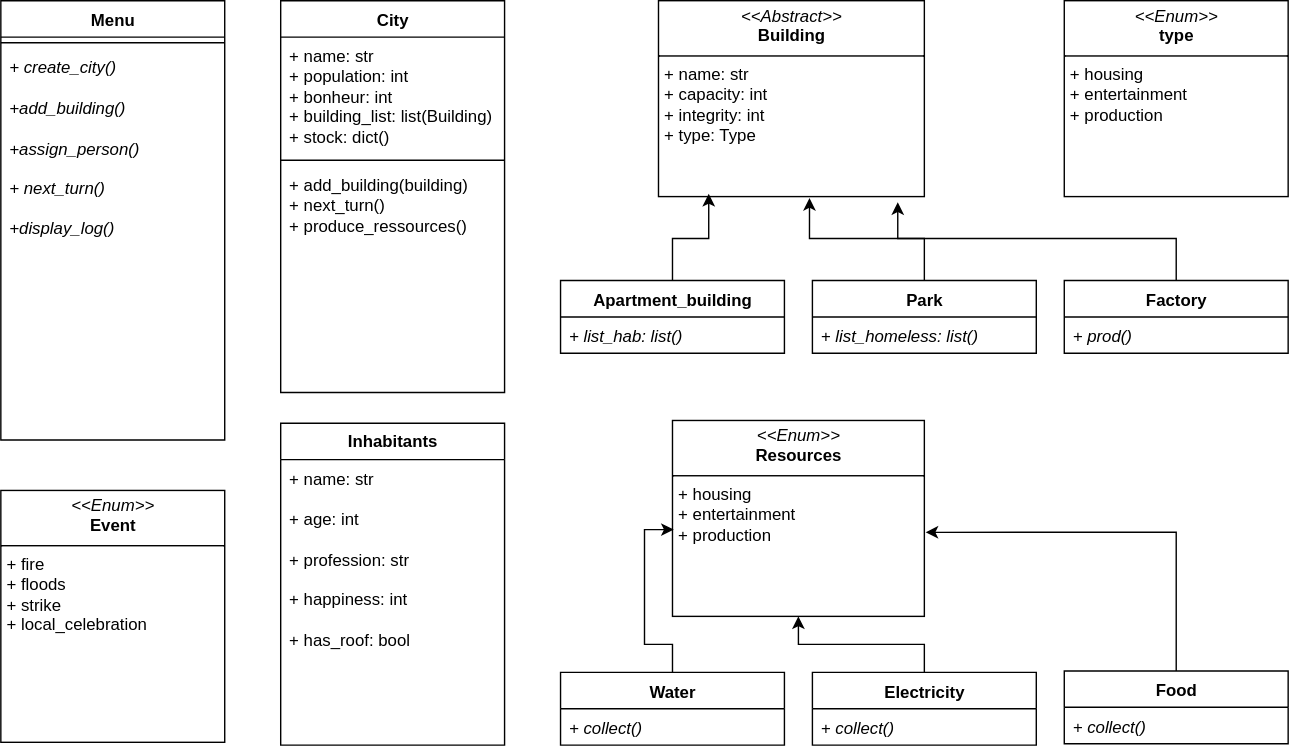
Before: UML/CitySim.drawio.svg, a diagram exported from draw.io (em-riv/CitySim). Source tidied: cells renumbered, new cells last; positions are measured from the earlier drawing's top-left corner, leaving out a move shared by most shapes.
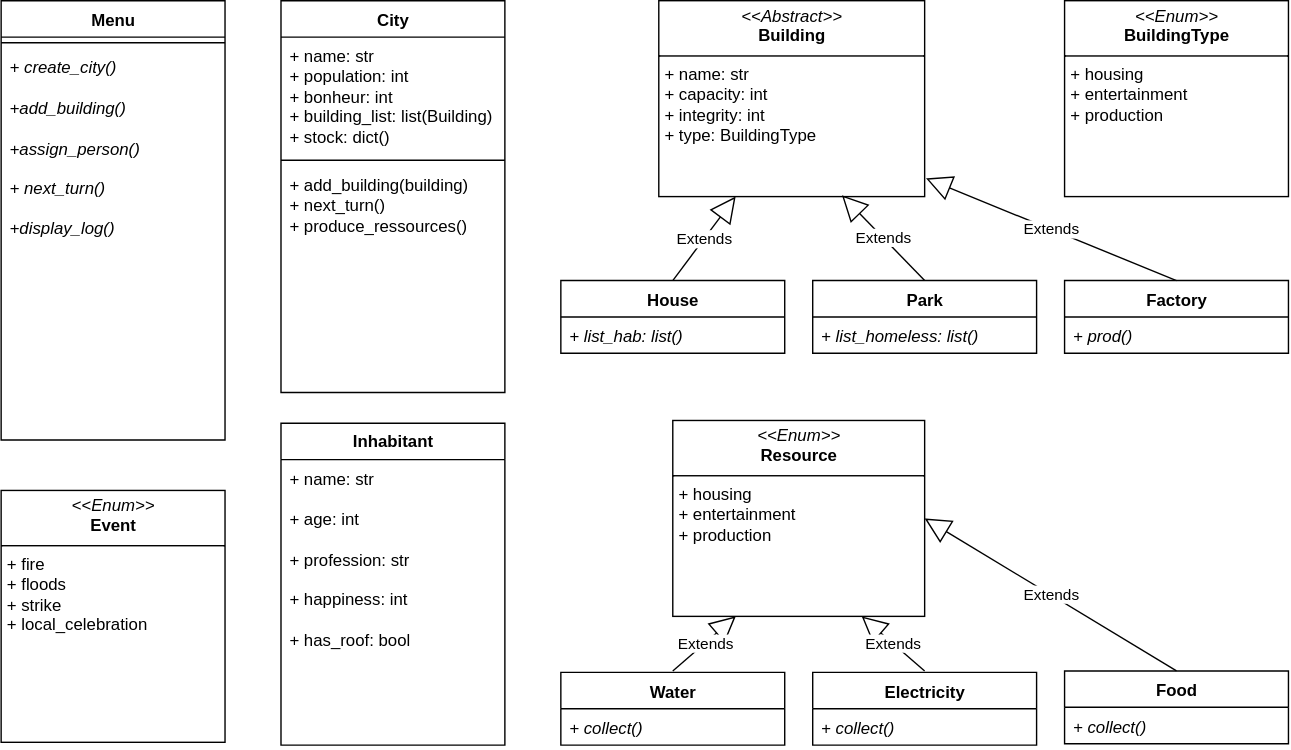
The same diagram one commit later.

Commit message:
Adding CitySim UML update

What changed in the source:
```diff
@@ -14,13 +14,13 @@
     <mxCell id="5" value="+ add_building(building)&lt;div&gt;+ next_turn()&lt;/div&gt;&lt;div&gt;+ produce_ressources()&lt;/div&gt;" style="text;strokeColor=none;fillColor=none;align=left;verticalAlign=top;spacingLeft=4;spacingRight=4;overflow=hidden;whiteSpace=wrap;html=1;" parent="2" vertex="1">
       <mxGeometry y="118" width="160" height="162" as="geometry" />
     </mxCell>
-    <mxCell id="6" value="&lt;p style=&quot;margin:0px;margin-top:4px;text-align:center;&quot;&gt;&lt;i&gt;&amp;lt;&amp;lt;Enum&amp;gt;&amp;gt;&lt;/i&gt;&lt;br&gt;&lt;b&gt;type&lt;/b&gt;&lt;/p&gt;&lt;hr size=&quot;1&quot; style=&quot;border-style:solid;&quot;&gt;&lt;p style=&quot;margin:0px;margin-left:4px;&quot;&gt;+ housing&lt;br&gt;+ entertainment&lt;/p&gt;&lt;p style=&quot;margin:0px;margin-left:4px;&quot;&gt;+ production&lt;/p&gt;" style="verticalAlign=top;align=left;overflow=fill;html=1;whiteSpace=wrap;" parent="1" vertex="1">
+    <mxCell id="6" value="&lt;p style=&quot;margin:0px;margin-top:4px;text-align:center;&quot;&gt;&lt;i&gt;&amp;lt;&amp;lt;Enum&amp;gt;&amp;gt;&lt;/i&gt;&lt;br&gt;&lt;b&gt;BuildingType&lt;/b&gt;&lt;/p&gt;&lt;hr size=&quot;1&quot; style=&quot;border-style:solid;&quot;&gt;&lt;p style=&quot;margin:0px;margin-left:4px;&quot;&gt;+ housing&lt;br&gt;+ entertainment&lt;/p&gt;&lt;p style=&quot;margin:0px;margin-left:4px;&quot;&gt;+ production&lt;/p&gt;" style="verticalAlign=top;align=left;overflow=fill;html=1;whiteSpace=wrap;" parent="1" vertex="1">
       <mxGeometry x="760" width="160" height="140" as="geometry" />
     </mxCell>
-    <mxCell id="7" value="&lt;p style=&quot;margin:0px;margin-top:4px;text-align:center;&quot;&gt;&lt;i&gt;&amp;lt;&amp;lt;Abstract&amp;gt;&amp;gt;&lt;/i&gt;&lt;br&gt;&lt;b&gt;Building&lt;/b&gt;&lt;/p&gt;&lt;hr size=&quot;1&quot; style=&quot;border-style:solid;&quot;&gt;&lt;p style=&quot;margin:0px;margin-left:4px;&quot;&gt;+ name: str&lt;br&gt;+ capacity: int&lt;/p&gt;&lt;p style=&quot;margin:0px;margin-left:4px;&quot;&gt;+ integrity: int&lt;/p&gt;&lt;p style=&quot;margin:0px;margin-left:4px;&quot;&gt;+ type: Type&lt;/p&gt;&lt;p style=&quot;margin:0px;margin-left:4px;&quot;&gt;&lt;br&gt;&lt;/p&gt;" style="verticalAlign=top;align=left;overflow=fill;html=1;whiteSpace=wrap;" parent="1" vertex="1">
+    <mxCell id="7" value="&lt;p style=&quot;margin:0px;margin-top:4px;text-align:center;&quot;&gt;&lt;i&gt;&amp;lt;&amp;lt;Abstract&amp;gt;&amp;gt;&lt;/i&gt;&lt;br&gt;&lt;b&gt;Building&lt;/b&gt;&lt;/p&gt;&lt;hr size=&quot;1&quot; style=&quot;border-style:solid;&quot;&gt;&lt;p style=&quot;margin:0px;margin-left:4px;&quot;&gt;+ name: str&lt;br&gt;+ capacity: int&lt;/p&gt;&lt;p style=&quot;margin:0px;margin-left:4px;&quot;&gt;+ integrity: int&lt;/p&gt;&lt;p style=&quot;margin:0px;margin-left:4px;&quot;&gt;+ type: BuildingType&lt;/p&gt;&lt;p style=&quot;margin:0px;margin-left:4px;&quot;&gt;&lt;br&gt;&lt;/p&gt;" style="verticalAlign=top;align=left;overflow=fill;html=1;whiteSpace=wrap;" parent="1" vertex="1">
       <mxGeometry x="470" width="190" height="140" as="geometry" />
     </mxCell>
-    <mxCell id="8" value="Apartment_building" style="swimlane;fontStyle=1;align=center;verticalAlign=top;horizontal=1;startSize=26;whiteSpace=wrap;html=1;" parent="1" vertex="1">
+    <mxCell id="8" value="House" style="swimlane;fontStyle=1;align=center;verticalAlign=top;horizontal=1;startSize=26;whiteSpace=wrap;html=1;" parent="1" vertex="1">
       <mxGeometry x="400" y="200" width="160" height="52" as="geometry" />
     </mxCell>
     <mxCell id="9" value="+ list_hab: list()" style="text;strokeColor=none;fillColor=none;align=left;verticalAlign=top;spacingLeft=4;spacingRight=4;overflow=hidden;whiteSpace=wrap;html=1;fontStyle=2;" parent="8" vertex="1">
@@ -38,13 +38,18 @@
     <mxCell id="13" value="+ prod()" style="text;strokeColor=none;fillColor=none;align=left;verticalAlign=top;spacingLeft=4;spacingRight=4;overflow=hidden;whiteSpace=wrap;html=1;fontStyle=2;" parent="12" vertex="1">
       <mxGeometry y="26" width="160" height="26" as="geometry" />
     </mxCell>
-    <mxCell id="14" value="&lt;b&gt;Inhabitants&lt;/b&gt;" style="swimlane;fontStyle=0;horizontal=1;startSize=26;fillColor=none;whiteSpace=wrap;html=1;" parent="1" vertex="1">
+    <mxCell id="14" value="&lt;b&gt;Inhabitant&lt;/b&gt;" style="swimlane;fontStyle=0;horizontal=1;startSize=26;fillColor=none;whiteSpace=wrap;html=1;" parent="1" vertex="1">
       <mxGeometry x="200" y="302" width="160" height="230" as="geometry" />
     </mxCell>
+    <mxCell id="33" value="Extends" style="endArrow=block;endSize=16;endFill=0;html=1;rounded=0;exitX=0.5;exitY=0;exitDx=0;exitDy=0;entryX=0.25;entryY=1;entryDx=0;entryDy=0;" parent="14" edge="1" target="16">
+      <mxGeometry relative="1" as="geometry">
+        <mxPoint x="280" y="177" as="sourcePoint" />
+      </mxGeometry>
+    </mxCell>
     <mxCell id="15" value="&lt;div&gt;+ name: st&lt;span style=&quot;background-color: transparent; color: light-dark(rgb(0, 0, 0), rgb(255, 255, 255));&quot;&gt;r&lt;/span&gt;&lt;/div&gt;&lt;div&gt;&lt;span style=&quot;background-color: transparent; color: light-dark(rgb(0, 0, 0), rgb(255, 255, 255));&quot;&gt;&lt;br&gt;&lt;/span&gt;&lt;/div&gt;&lt;div&gt;&lt;span style=&quot;background-color: transparent; color: light-dark(rgb(0, 0, 0), rgb(255, 255, 255));&quot;&gt;+ age: int&lt;/span&gt;&lt;/div&gt;&lt;div&gt;&lt;span style=&quot;color: rgba(0, 0, 0, 0); font-family: monospace; font-size: 0px; text-wrap-mode: nowrap;&quot;&gt;%3CmxGraphModel%3E%3Croot%3E%3CmxCell%20id%3D%220%22%2F%3E%3CmxCell%20id%3D%221%22%20parent%3D%220%22%2F%3E%3CmxCell%20id%3D%222%22%20value%3D%22%2B%20age%3A%20int%22%20style%3D%22text%3BstrokeColor%3Dnone%3BfillColor%3Dnone%3Balign%3Dleft%3BverticalAlign%3Dtop%3BspacingLeft%3D4%3BspacingRight%3D4%3Boverflow%3Dhidden%3Brotatable%3D0%3Bpoints%3D%5B%5B0%2C0.5%5D%2C%5B1%2C0.5%5D%5D%3BportConstraint%3Deastwest%3BwhiteSpace%3Dwrap%3Bhtml%3D1%3B%22%20vertex%3D%221%22%20parent%3D%221%22%3E%3CmxGeometry%20x%3D%22-80%22%20y%3D%22518%22%20width%3D%22160%22%20height%3D%2226%22%20as%3D%22geometry%22%2F%3E%3C%2FmxCell%3E%3C%2Froot%3E%3C%2FmxGraphModel%3E&lt;/span&gt;&lt;span style=&quot;color: rgba(0, 0, 0, 0); font-family: monospace; font-size: 0px; text-wrap-mode: nowrap; background-color: transparent;&quot;&gt;%3CmxGraphModel%3E%3Croot%3E%3CmxCell%20id%3D%220%22%2F%3E%3CmxCell%20id%3D%221%22%20parent%3D%220%22%2F%3E%3CmxCell%20id%3D%222%22%20value%3D%22%2B%20age%3A%20int%22%20style%3D%22text%3BstrokeColor%3Dnone%3BfillColor%3Dnone%3Balign%3Dleft%3BverticalAlign%3Dtop%3BspacingLeft%3D4%3BspacingRight%3D4%3Boverflow%3Dhidden%3Brotatable%3D0%3Bpoints%3D%5B%5B0%2C0.5%5D%2C%5B1%2C0.5%5D%5D%3BportConstraint%3Deastwest%3BwhiteSpace%3Dwrap%3Bhtml%3D1%3B%22%20vertex%3D%221%22%20parent%3D%221%22%3E%3CmxGeometry%20x%3D%22-80%22%20y%3D%22518%22%20width%3D%22160%22%20height%3D%2226%22%20as%3D%22geometry%22%2F%3E%3C%2FmxCell%3E%3C%2Froot%3E%3C%2FmxGraphModel%3E&lt;/span&gt;&lt;/div&gt;+ profession: str&lt;div&gt;&lt;br&gt;&lt;/div&gt;&lt;div&gt;+ happiness: int&lt;/div&gt;&lt;div&gt;&lt;br&gt;&lt;/div&gt;&lt;div&gt;+ has_roof: bool&lt;/div&gt;" style="text;strokeColor=none;fillColor=none;align=left;verticalAlign=top;spacingLeft=4;spacingRight=4;overflow=hidden;whiteSpace=wrap;html=1;" parent="14" vertex="1">
       <mxGeometry y="26" width="160" height="204" as="geometry" />
     </mxCell>
-    <mxCell id="16" value="&lt;p style=&quot;margin:0px;margin-top:4px;text-align:center;&quot;&gt;&lt;i&gt;&amp;lt;&amp;lt;Enum&amp;gt;&amp;gt;&lt;/i&gt;&lt;br&gt;&lt;b&gt;Resources&lt;/b&gt;&lt;/p&gt;&lt;hr size=&quot;1&quot; style=&quot;border-style:solid;&quot;&gt;&lt;p style=&quot;margin:0px;margin-left:4px;&quot;&gt;+ housing&lt;br&gt;+ entertainment&lt;/p&gt;&lt;p style=&quot;margin:0px;margin-left:4px;&quot;&gt;+ production&lt;/p&gt;" style="verticalAlign=top;align=left;overflow=fill;html=1;whiteSpace=wrap;" parent="1" vertex="1">
+    <mxCell id="16" value="&lt;p style=&quot;margin:0px;margin-top:4px;text-align:center;&quot;&gt;&lt;i&gt;&amp;lt;&amp;lt;Enum&amp;gt;&amp;gt;&lt;/i&gt;&lt;br&gt;&lt;b&gt;Resource&lt;/b&gt;&lt;/p&gt;&lt;hr size=&quot;1&quot; style=&quot;border-style:solid;&quot;&gt;&lt;p style=&quot;margin:0px;margin-left:4px;&quot;&gt;+ housing&lt;br&gt;+ entertainment&lt;/p&gt;&lt;p style=&quot;margin:0px;margin-left:4px;&quot;&gt;+ production&lt;/p&gt;" style="verticalAlign=top;align=left;overflow=fill;html=1;whiteSpace=wrap;" parent="1" vertex="1">
       <mxGeometry x="480" y="300" width="180" height="140" as="geometry" />
     </mxCell>
     <mxCell id="17" value="Water" style="swimlane;fontStyle=1;align=center;verticalAlign=top;horizontal=1;startSize=26;whiteSpace=wrap;html=1;" parent="1" vertex="1">
@@ -53,9 +58,6 @@
     <mxCell id="18" value="+ collect()" style="text;strokeColor=none;fillColor=none;align=left;verticalAlign=top;spacingLeft=4;spacingRight=4;overflow=hidden;whiteSpace=wrap;html=1;fontStyle=2;" parent="17" vertex="1">
       <mxGeometry y="26" width="160" height="26" as="geometry" />
     </mxCell>
-    <mxCell id="19" style="edgeStyle=orthogonalEdgeStyle;rounded=0;jettySize=auto;html=1;exitX=0.5;exitY=0;exitDx=0;exitDy=0;entryX=0.5;entryY=1;entryDx=0;entryDy=0;" parent="1" edge="1" source="20" target="16">
-      <mxGeometry relative="1" as="geometry" />
-    </mxCell>
     <mxCell id="20" value="Electricity" style="swimlane;fontStyle=1;align=center;verticalAlign=top;horizontal=1;startSize=26;whiteSpace=wrap;html=1;" parent="1" vertex="1">
       <mxGeometry x="580" y="480" width="160" height="52" as="geometry" />
     </mxCell>
@@ -80,20 +82,26 @@
     <mxCell id="27" value="&lt;div&gt;&lt;i&gt;+ create_city()&lt;/i&gt;&lt;/div&gt;&lt;div&gt;&lt;i&gt;&lt;br&gt;&lt;/i&gt;&lt;/div&gt;&lt;div&gt;&lt;i&gt;+add_building()&lt;/i&gt;&lt;/div&gt;&lt;div&gt;&lt;i&gt;&lt;br&gt;&lt;/i&gt;&lt;/div&gt;&lt;div&gt;&lt;i&gt;+assign_person()&lt;/i&gt;&lt;/div&gt;&lt;div&gt;&lt;i&gt;&lt;br&gt;&lt;/i&gt;&lt;/div&gt;&lt;i&gt;+ next_turn()&lt;/i&gt;&lt;div&gt;&lt;i&gt;&lt;br&gt;&lt;/i&gt;&lt;/div&gt;&lt;div&gt;&lt;i&gt;+display_log()&lt;/i&gt;&lt;/div&gt;" style="text;strokeColor=none;fillColor=none;align=left;verticalAlign=top;spacingLeft=4;spacingRight=4;overflow=hidden;whiteSpace=wrap;html=1;" parent="25" vertex="1">
       <mxGeometry y="34" width="160" height="280" as="geometry" />
     </mxCell>
-    <mxCell id="28" style="edgeStyle=orthogonalEdgeStyle;rounded=0;jettySize=auto;html=1;entryX=0.568;entryY=1.007;entryDx=0;entryDy=0;entryPerimeter=0;" parent="1" edge="1" source="10" target="7">
-      <mxGeometry relative="1" as="geometry" />
-    </mxCell>
+    <mxCell id="30" value="Extends" style="endArrow=block;endSize=16;endFill=0;html=1;rounded=0;exitX=0.5;exitY=0;exitDx=0;exitDy=0;entryX=1;entryY=0.5;entryDx=0;entryDy=0;" parent="1" edge="1" source="22" target="16">
+      <mxGeometry relative="1" as="geometry" />
+    </mxCell>
+    <mxCell id="34" value="Extends" style="endArrow=block;endSize=16;endFill=0;html=1;rounded=0;exitX=0.5;exitY=0;exitDx=0;exitDy=0;entryX=0.75;entryY=1;entryDx=0;entryDy=0;" parent="1" edge="1" target="16">
+      <mxGeometry relative="1" as="geometry">
+        <mxPoint x="660" y="479" as="sourcePoint" />
+      </mxGeometry>
+    </mxCell>
+    <mxCell id="35" value="Extends" style="endArrow=block;endSize=16;endFill=0;html=1;rounded=0;exitX=0.5;exitY=0;exitDx=0;exitDy=0;entryX=1.005;entryY=0.907;entryDx=0;entryDy=0;entryPerimeter=0;" parent="1" edge="1" target="7">
+      <mxGeometry relative="1" as="geometry">
+        <mxPoint x="840" y="200" as="sourcePoint" />
+      </mxGeometry>
+    </mxCell>
+    <mxCell id="36" value="Extends" style="endArrow=block;endSize=16;endFill=0;html=1;rounded=0;exitX=0.5;exitY=0;exitDx=0;exitDy=0;entryX=0.689;entryY=0.993;entryDx=0;entryDy=0;entryPerimeter=0;" parent="1" edge="1" target="7">
+      <mxGeometry relative="1" as="geometry">
+        <mxPoint x="660" y="200" as="sourcePoint" />
+      </mxGeometry>
+    </mxCell>
-    <mxCell id="29" style="edgeStyle=orthogonalEdgeStyle;rounded=0;jettySize=auto;html=1;entryX=0.189;entryY=0.986;entryDx=0;entryDy=0;entryPerimeter=0;" parent="1" edge="1" source="8" target="7">
+    <mxCell id="29" value="Extends" style="endArrow=block;endSize=16;endFill=0;html=1;rounded=0;exitX=0.5;exitY=0;exitDx=0;exitDy=0;entryX=0.289;entryY=1;entryDx=0;entryDy=0;entryPerimeter=0;" parent="1" edge="1" source="8" target="7">
       <mxGeometry relative="1" as="geometry" />
     </mxCell>
-    <mxCell id="30" style="edgeStyle=orthogonalEdgeStyle;rounded=0;jettySize=auto;html=1;exitX=0.5;exitY=0;exitDx=0;exitDy=0;entryX=1.005;entryY=0.571;entryDx=0;entryDy=0;entryPerimeter=0;" parent="1" edge="1" source="22" target="16">
-      <mxGeometry relative="1" as="geometry" />
-    </mxCell>
-    <mxCell id="31" style="edgeStyle=orthogonalEdgeStyle;rounded=0;jettySize=auto;html=1;entryX=0.005;entryY=0.557;entryDx=0;entryDy=0;entryPerimeter=0;" parent="1" edge="1" source="17" target="16">
-      <mxGeometry relative="1" as="geometry" />
-    </mxCell>
-    <mxCell id="32" style="edgeStyle=orthogonalEdgeStyle;rounded=0;jettySize=auto;html=1;exitX=0.5;exitY=0;exitDx=0;exitDy=0;entryX=0.9;entryY=1.029;entryDx=0;entryDy=0;entryPerimeter=0;" parent="1" edge="1" source="12" target="7">
-      <mxGeometry relative="1" as="geometry" />
-    </mxCell>
   </root>
 </mxGraphModel>
```
